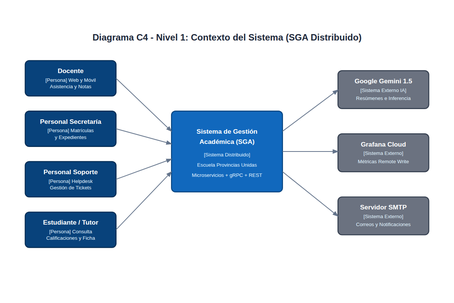
The PlantUML diagram Informe-E4_BCEL/c4_nivel1_contexto.png in LEO23as/acadtrace, before a commit. Its source is kept beside it as docs/diagrams/c4_nivel1_contexto.puml.
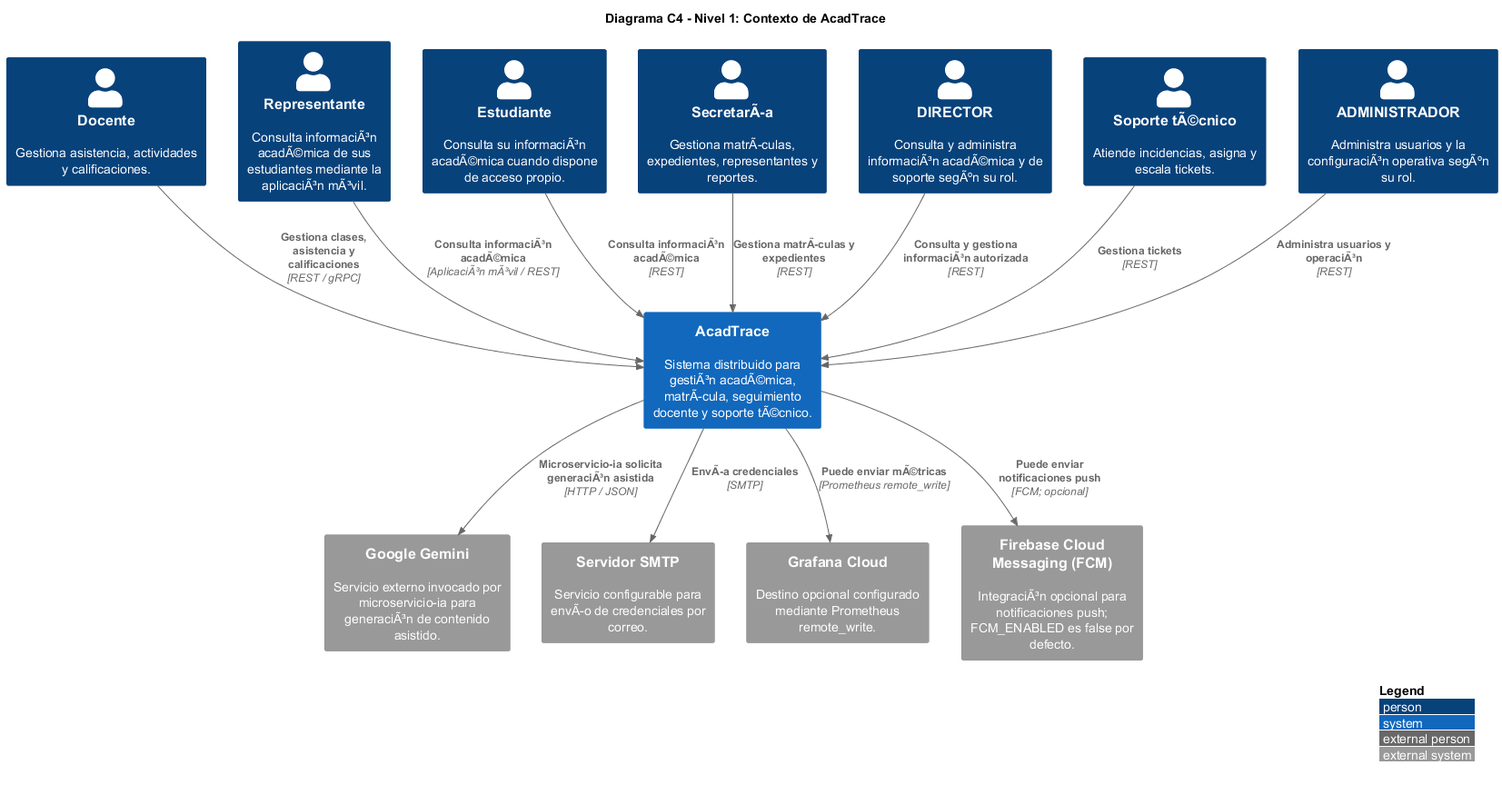
Later version of the same file.

Commit message:
docs(c4): actualizar diagrama de contexto

What changed in the source:
```diff
@@ -1,28 +1,36 @@
 @startuml C4_Nivel1_Contexto
-!include https://raw.githubusercontent.com/plantuml-stdlib/C4-PlantUML/master/C4_Context.puml
+!include https://raw.githubusercontent.com/plantuml-stdlib/C4-PlantUML/v2.12.0/C4_Context.puml
 
 LAYOUT_WITH_LEGEND()
 
-title Diagrama C4 - Nivel 1: Contexto del Sistema (SGA Distribuido)
+title Diagrama C4 - Nivel 1: Contexto de AcadTrace
 
-Person(docente, "Docente", "Registra asistencia, calificaciones y gestiona materias desde Web y App Móvil.")
-Person(secretaria, "Personal de Secretaría", "Gestiona matrículas, expedientes estudiantiles, asignaturas y actas.")
-Person(soporte, "Personal de Soporte", "Atiende incidencias técnicas, asigna y escala tickets de soporte.")
-Person(estudiante, "Estudiante / Representante", "Consulta calificaciones, asistencia y horarios.")
+Person(docente, "Docente", "Gestiona asistencia, actividades y calificaciones.")
+Person(representante, "Representante", "Consulta información académica de sus estudiantes mediante la aplicación móvil.")
+Person(estudiante, "Estudiante", "Consulta su información académica cuando dispone de acceso propio.")
+Person(secretaria, "Secretaría", "Gestiona matrículas, expedientes, representantes y reportes.")
+Person(director, "DIRECTOR", "Consulta y administra información académica y de soporte según su rol.")
+Person(soporte, "Soporte técnico", "Atiende incidencias, asigna y escala tickets.")
+Person(administrador, "ADMINISTRADOR", "Administra usuarios y la configuración operativa según su rol.")
 
-System(sga, "Sistema de Gestión Académica (SGA)", "Sistema distribuido para la administración académica, matriculación, control docente y soporte técnico de la Escuela Provincias Unidas.")
+System(acadtrace, "AcadTrace", "Sistema distribuido para gestión académica, matrícula, seguimiento docente y soporte técnico.")
 
-System_Ext(gemini, "Google Gemini 1.5 Flash API", "Servicio externo de inteligencia artificial para generación automatizada de informes y análisis.")
-System_Ext(grafana_cloud, "Grafana Cloud / Prometheus Remote", "Plataforma externa de observabilidad para almacenamiento a largo plazo de métricas y alertas.")
-System_Ext(smtp, "Servidor de Correo SMTP", "Servicio de notificaciones por correo institucional.")
+System_Ext(gemini, "Google Gemini", "Servicio externo invocado por microservicio-ia para generación de contenido asistido.")
+System_Ext(smtp, "Servidor SMTP", "Servicio configurable para envío de credenciales por correo.")
+System_Ext(grafana_cloud, "Grafana Cloud", "Destino opcional configurado mediante Prometheus remote_write.")
+System_Ext(fcm, "Firebase Cloud Messaging (FCM)", "Integración opcional para notificaciones push; FCM_ENABLED es false por defecto.")
 
-Rel(docente, sga, "Gestiona clases, asistencia y notas", "HTTPS / REST / App Móvil")
-Rel(secretaria, sga, "Administra matrículas y expedientes", "HTTPS / REST")
-Rel(soporte, sga, "Gestiona y resuelve tickets", "HTTPS / REST")
-Rel(estudiante, sga, "Consulta notas y reportes", "HTTPS / REST")
+Rel(docente, acadtrace, "Gestiona clases, asistencia y calificaciones", "REST / gRPC")
+Rel(representante, acadtrace, "Consulta información académica", "Aplicación móvil / REST")
+Rel(estudiante, acadtrace, "Consulta información académica", "REST")
+Rel(secretaria, acadtrace, "Gestiona matrículas y expedientes", "REST")
+Rel(director, acadtrace, "Consulta y gestiona información autorizada", "REST")
+Rel(soporte, acadtrace, "Gestiona tickets", "REST")
+Rel(administrador, acadtrace, "Administra usuarios y operación", "REST")
 
-Rel(sga, gemini, "Solicita resúmenes y análisis inteligente", "HTTPS / JSON API")
-Rel(sga, grafana_cloud, "Envía series temporales de métricas (remote_write)", "HTTPS / Snappy")
-Rel(sga, smtp, "Envía notificaciones de tickets y alertas", "SMTP / TLS")
+Rel(acadtrace, gemini, "Microservicio-ia solicita generación asistida", "HTTP / JSON")
+Rel(acadtrace, smtp, "Envía credenciales", "SMTP")
+Rel(acadtrace, grafana_cloud, "Puede enviar métricas", "Prometheus remote_write")
+Rel(acadtrace, fcm, "Puede enviar notificaciones push", "FCM; opcional")
 
 @enduml
```
